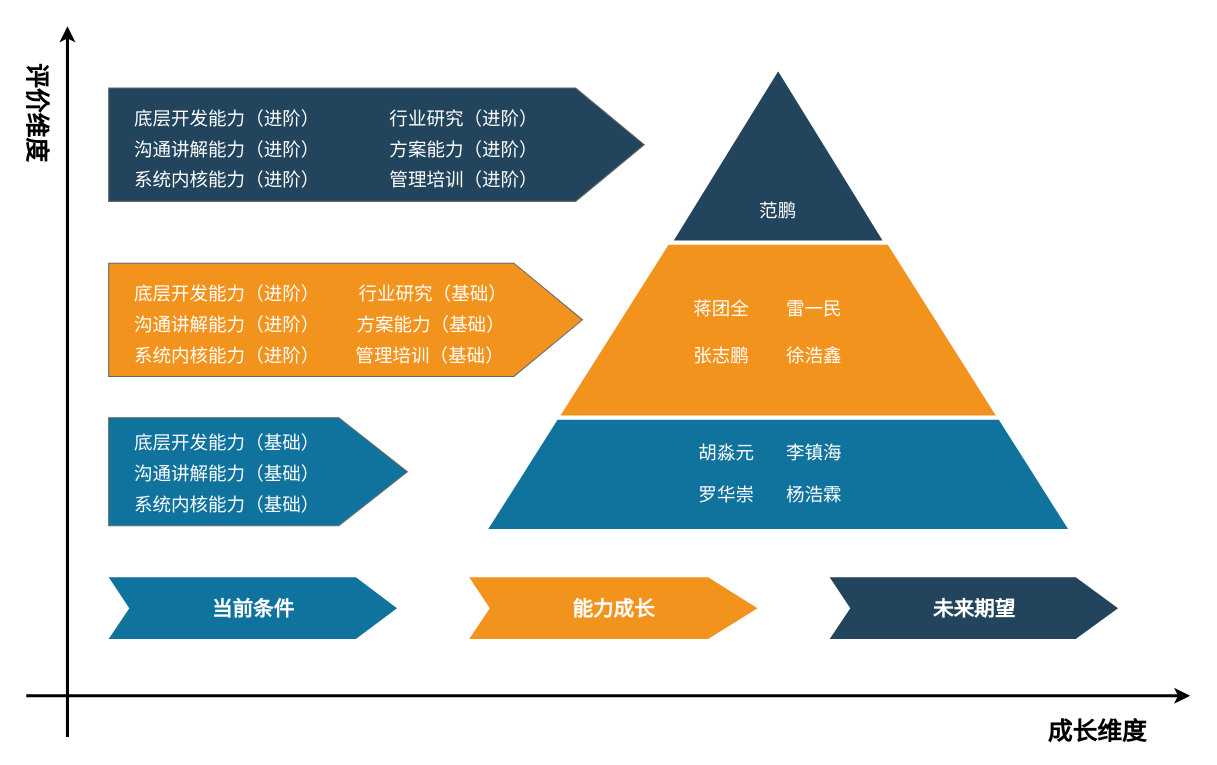
Above: page "第 8 页" (8 of 8) of draw/ppt.drawio in peng-fan/drawio (draw.io), before the change. Source tidied: cells renumbered, new cells numbered last; positions are measured from the earlier drawing's top-left corner, leaving out a move shared by most shapes. Both pictures are drawn from the tidied source at 103%, with x=0, y=0 at pixel (-15, 26).
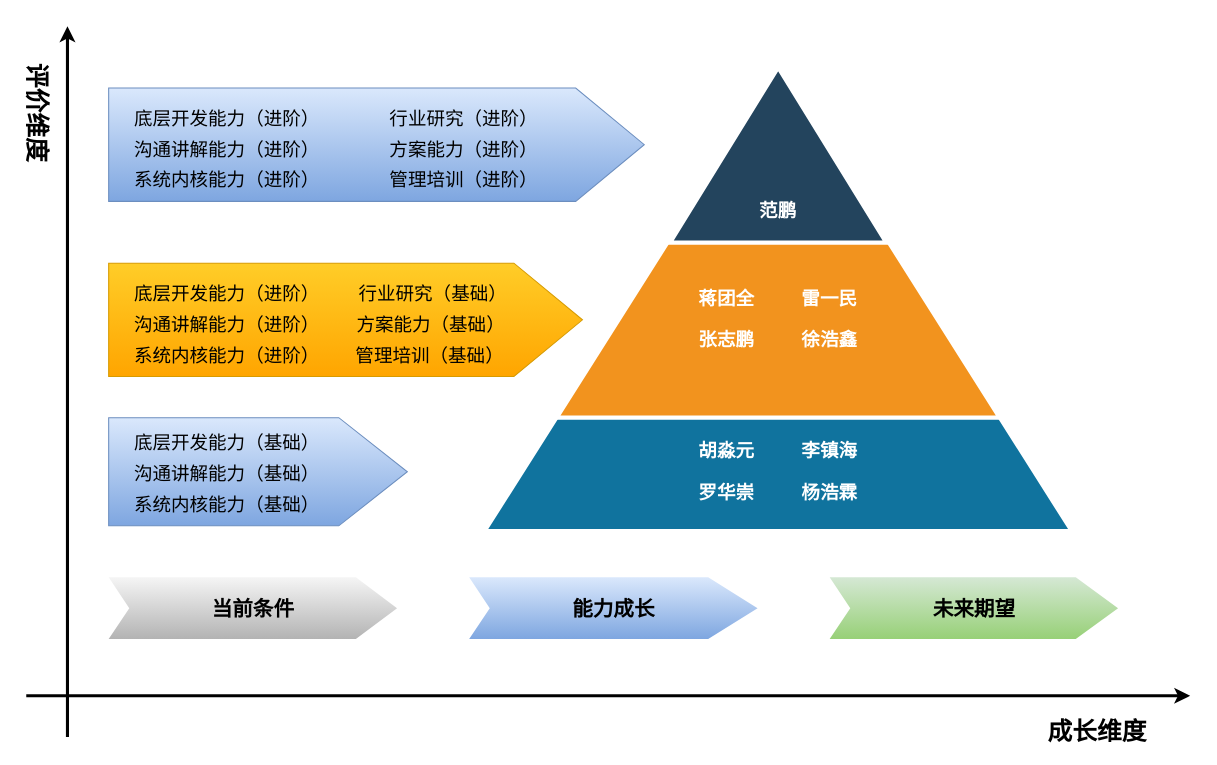
After the change.

What changed in the source:
```diff
@@
-    <mxCell id="5" style="html=1;shape=mxgraph.infographic.ribbonSimple;notch1=0;notch2=66.57;fillColor=#10739e;strokeColor=#666666;align=left;verticalAlign=middle;fontSize=18;spacingLeft=10;fontStyle=1;shadow=0;fontColor=#333333;" parent="1" vertex="1">
+    <mxCell id="5" style="html=1;shape=mxgraph.infographic.ribbonSimple;notch1=0;notch2=66.57;fillColor=#dae8fc;strokeColor=#6c8ebf;align=left;verticalAlign=middle;fontSize=18;spacingLeft=10;fontStyle=1;shadow=0;gradientColor=#7ea6e0;" parent="1" vertex="1">
       <mxGeometry x="120" y="380" width="290" height="105" as="geometry" />
     </mxCell>
-    <mxCell id="6" value="&lt;font style=&quot;font-size: 20px;&quot; color=&quot;#ffffff&quot;&gt;当前条件&lt;/font&gt;" style="html=1;shape=mxgraph.infographic.ribbonSimple;notch1=20;notch2=40;align=center;verticalAlign=middle;fontSize=14;fontStyle=1;fillColor=#10739e;strokeColor=none;" parent="1" vertex="1">
+    <mxCell id="6" value="&lt;font style=&quot;font-size: 20px;&quot;&gt;当前条件&lt;/font&gt;" style="html=1;shape=mxgraph.infographic.ribbonSimple;notch1=20;notch2=40;align=center;verticalAlign=middle;fontSize=14;fontStyle=1;fillColor=#f5f5f5;strokeColor=none;gradientColor=#b3b3b3;" parent="1" vertex="1">
       <mxGeometry x="120" y="535" width="280" height="60" as="geometry" />
     </mxCell>
-    <mxCell id="7" value="&lt;font style=&quot;font-size: 20px;&quot; color=&quot;#ffffff&quot;&gt;能力成长&lt;/font&gt;" style="html=1;shape=mxgraph.infographic.ribbonSimple;notch1=20;notch2=47.94;align=center;verticalAlign=middle;fontSize=14;fontStyle=1;fillColor=#f2931e;strokeColor=none;" parent="1" vertex="1">
+    <mxCell id="7" value="&lt;font style=&quot;font-size: 20px;&quot;&gt;能力成长&lt;/font&gt;" style="html=1;shape=mxgraph.infographic.ribbonSimple;notch1=20;notch2=47.94;align=center;verticalAlign=middle;fontSize=14;fontStyle=1;fillColor=#dae8fc;strokeColor=none;gradientColor=#7ea6e0;" parent="1" vertex="1">
       <mxGeometry x="470" y="535" width="280" height="60" as="geometry" />
     </mxCell>
-    <mxCell id="8" value="&lt;font style=&quot;font-size: 20px;&quot; color=&quot;#ffffff&quot;&gt;未来期望&lt;/font&gt;" style="html=1;shape=mxgraph.infographic.ribbonSimple;notch1=20;notch2=41.07;align=center;verticalAlign=middle;fontSize=14;fontStyle=1;fillColor=#23445d;strokeColor=none;" parent="1" vertex="1">
+    <mxCell id="8" value="&lt;font style=&quot;font-size: 20px;&quot;&gt;未来期望&lt;/font&gt;" style="html=1;shape=mxgraph.infographic.ribbonSimple;notch1=20;notch2=41.07;align=center;verticalAlign=middle;fontSize=14;fontStyle=1;fillColor=#d5e8d4;strokeColor=none;gradientColor=#97d077;" parent="1" vertex="1">
       <mxGeometry x="820" y="535" width="280" height="60" as="geometry" />
     </mxCell>
@@
-    <mxCell id="11" value="&lt;font color=&quot;#ffffff&quot; style=&quot;font-size: 18px;&quot;&gt;底层开发能力（基础）&lt;/font&gt;" style="text;html=1;strokeColor=none;fillColor=none;align=center;verticalAlign=middle;whiteSpace=wrap;rounded=0;" parent="1" vertex="1">
+    <mxCell id="11" value="&lt;font style=&quot;font-size: 18px;&quot;&gt;底层开发能力（基础）&lt;/font&gt;" style="text;html=1;strokeColor=none;fillColor=none;align=center;verticalAlign=middle;whiteSpace=wrap;rounded=0;" parent="1" vertex="1">
       <mxGeometry x="120" y="390" width="230" height="30" as="geometry" />
     </mxCell>
-    <mxCell id="12" value="&lt;font color=&quot;#ffffff&quot; style=&quot;font-size: 18px;&quot;&gt;沟通讲解能力（基础）&lt;/font&gt;" style="text;html=1;strokeColor=none;fillColor=none;align=center;verticalAlign=middle;whiteSpace=wrap;rounded=0;" parent="1" vertex="1">
+    <mxCell id="12" value="&lt;font style=&quot;font-size: 18px;&quot;&gt;沟通讲解能力（基础）&lt;/font&gt;" style="text;html=1;strokeColor=none;fillColor=none;align=center;verticalAlign=middle;whiteSpace=wrap;rounded=0;" parent="1" vertex="1">
       <mxGeometry x="120" y="420" width="230" height="30" as="geometry" />
     </mxCell>
-    <mxCell id="13" value="&lt;font color=&quot;#ffffff&quot; style=&quot;font-size: 18px;&quot;&gt;系统内核能力（基础）&lt;/font&gt;" style="text;html=1;strokeColor=none;fillColor=none;align=center;verticalAlign=middle;whiteSpace=wrap;rounded=0;" parent="1" vertex="1">
+    <mxCell id="13" value="&lt;font style=&quot;font-size: 18px;&quot;&gt;系统内核能力（基础）&lt;/font&gt;" style="text;html=1;strokeColor=none;fillColor=none;align=center;verticalAlign=middle;whiteSpace=wrap;rounded=0;" parent="1" vertex="1">
       <mxGeometry x="120" y="450" width="230" height="30" as="geometry" />
     </mxCell>
-    <mxCell id="14" style="html=1;shape=mxgraph.infographic.ribbonSimple;notch1=0;notch2=66.57;fillColor=#f2931e;strokeColor=#666666;align=left;verticalAlign=middle;fontSize=18;spacingLeft=10;fontStyle=1;shadow=0;fontColor=#333333;" parent="1" vertex="1">
+    <mxCell id="14" style="html=1;shape=mxgraph.infographic.ribbonSimple;notch1=0;notch2=66.57;fillColor=#ffcd28;strokeColor=#d79b00;align=left;verticalAlign=middle;fontSize=18;spacingLeft=10;fontStyle=1;shadow=0;gradientColor=#ffa500;" parent="1" vertex="1">
       <mxGeometry x="120" y="230" width="460" height="110" as="geometry" />
     </mxCell>
-    <mxCell id="15" value="&lt;font color=&quot;#ffffff&quot; style=&quot;font-size: 18px;&quot;&gt;底层开发能力（进阶）&lt;/font&gt;" style="text;html=1;strokeColor=none;fillColor=none;align=center;verticalAlign=middle;whiteSpace=wrap;rounded=0;" parent="1" vertex="1">
+    <mxCell id="15" value="&lt;font style=&quot;font-size: 18px;&quot;&gt;底层开发能力（进阶）&lt;/font&gt;" style="text;html=1;strokeColor=none;fillColor=none;align=center;verticalAlign=middle;whiteSpace=wrap;rounded=0;" parent="1" vertex="1">
       <mxGeometry x="120" y="245" width="230" height="30" as="geometry" />
     </mxCell>
-    <mxCell id="16" value="&lt;font color=&quot;#ffffff&quot; style=&quot;font-size: 18px;&quot;&gt;沟通讲解能力（进阶）&lt;/font&gt;" style="text;html=1;strokeColor=none;fillColor=none;align=center;verticalAlign=middle;whiteSpace=wrap;rounded=0;" parent="1" vertex="1">
+    <mxCell id="16" value="&lt;font style=&quot;font-size: 18px;&quot;&gt;沟通讲解能力（进阶）&lt;/font&gt;" style="text;html=1;strokeColor=none;fillColor=none;align=center;verticalAlign=middle;whiteSpace=wrap;rounded=0;" parent="1" vertex="1">
       <mxGeometry x="120" y="275" width="230" height="30" as="geometry" />
     </mxCell>
-    <mxCell id="17" value="&lt;font color=&quot;#ffffff&quot; style=&quot;font-size: 18px;&quot;&gt;系统内核能力（进阶）&lt;/font&gt;" style="text;html=1;strokeColor=none;fillColor=none;align=center;verticalAlign=middle;whiteSpace=wrap;rounded=0;" parent="1" vertex="1">
+    <mxCell id="17" value="&lt;font style=&quot;font-size: 18px;&quot;&gt;系统内核能力（进阶）&lt;/font&gt;" style="text;html=1;strokeColor=none;fillColor=none;align=center;verticalAlign=middle;whiteSpace=wrap;rounded=0;" parent="1" vertex="1">
       <mxGeometry x="120" y="305" width="230" height="30" as="geometry" />
     </mxCell>
-    <mxCell id="18" value="&lt;font color=&quot;#ffffff&quot; style=&quot;font-size: 18px;&quot;&gt;行业研究（基础）&lt;/font&gt;" style="text;html=1;strokeColor=none;fillColor=none;align=center;verticalAlign=middle;whiteSpace=wrap;rounded=0;" parent="1" vertex="1">
+    <mxCell id="18" value="&lt;font style=&quot;font-size: 18px;&quot;&gt;行业研究（基础）&lt;/font&gt;" style="text;html=1;strokeColor=none;fillColor=none;align=center;verticalAlign=middle;whiteSpace=wrap;rounded=0;" parent="1" vertex="1">
       <mxGeometry x="320" y="245" width="230" height="30" as="geometry" />
     </mxCell>
-    <mxCell id="19" value="&lt;font color=&quot;#ffffff&quot; style=&quot;font-size: 18px;&quot;&gt;方案能力（基础）&lt;/font&gt;" style="text;html=1;strokeColor=none;fillColor=none;align=center;verticalAlign=middle;whiteSpace=wrap;rounded=0;" parent="1" vertex="1">
+    <mxCell id="19" value="&lt;font style=&quot;font-size: 18px;&quot;&gt;方案能力（基础）&lt;/font&gt;" style="text;html=1;strokeColor=none;fillColor=none;align=center;verticalAlign=middle;whiteSpace=wrap;rounded=0;" parent="1" vertex="1">
       <mxGeometry x="318" y="275" width="230" height="30" as="geometry" />
     </mxCell>
-    <mxCell id="20" value="&lt;font color=&quot;#ffffff&quot; style=&quot;font-size: 18px;&quot;&gt;管理培训（基础）&lt;/font&gt;" style="text;html=1;strokeColor=none;fillColor=none;align=center;verticalAlign=middle;whiteSpace=wrap;rounded=0;" parent="1" vertex="1">
+    <mxCell id="20" value="&lt;font style=&quot;font-size: 18px;&quot;&gt;管理培训（基础）&lt;/font&gt;" style="text;html=1;strokeColor=none;fillColor=none;align=center;verticalAlign=middle;whiteSpace=wrap;rounded=0;" parent="1" vertex="1">
       <mxGeometry x="317" y="305" width="230" height="30" as="geometry" />
     </mxCell>
-    <mxCell id="21" style="html=1;shape=mxgraph.infographic.ribbonSimple;notch1=0;notch2=66.57;fillColor=#23445d;strokeColor=#666666;align=left;verticalAlign=middle;fontSize=18;spacingLeft=10;fontStyle=1;shadow=0;fontColor=#333333;" parent="1" vertex="1">
+    <mxCell id="21" style="html=1;shape=mxgraph.infographic.ribbonSimple;notch1=0;notch2=66.57;fillColor=#dae8fc;strokeColor=#6c8ebf;align=left;verticalAlign=middle;fontSize=18;spacingLeft=10;fontStyle=1;shadow=0;gradientColor=#7ea6e0;" parent="1" vertex="1">
       <mxGeometry x="120" y="60" width="520" height="110" as="geometry" />
     </mxCell>
-    <mxCell id="22" value="&lt;font color=&quot;#ffffff&quot; style=&quot;font-size: 18px;&quot;&gt;底层开发能力（进阶）&lt;/font&gt;" style="text;html=1;strokeColor=none;fillColor=none;align=center;verticalAlign=middle;whiteSpace=wrap;rounded=0;" parent="1" vertex="1">
+    <mxCell id="22" value="&lt;font style=&quot;font-size: 18px;&quot;&gt;底层开发能力（进阶）&lt;/font&gt;" style="text;html=1;strokeColor=none;fillColor=none;align=center;verticalAlign=middle;whiteSpace=wrap;rounded=0;" parent="1" vertex="1">
       <mxGeometry x="120" y="75" width="230" height="30" as="geometry" />
     </mxCell>
-    <mxCell id="23" value="&lt;font color=&quot;#ffffff&quot; style=&quot;font-size: 18px;&quot;&gt;沟通讲解能力（进阶）&lt;/font&gt;" style="text;html=1;strokeColor=none;fillColor=none;align=center;verticalAlign=middle;whiteSpace=wrap;rounded=0;" parent="1" vertex="1">
+    <mxCell id="23" value="&lt;font style=&quot;font-size: 18px;&quot;&gt;沟通讲解能力（进阶）&lt;/font&gt;" style="text;html=1;strokeColor=none;fillColor=none;align=center;verticalAlign=middle;whiteSpace=wrap;rounded=0;" parent="1" vertex="1">
       <mxGeometry x="120" y="105" width="230" height="30" as="geometry" />
     </mxCell>
-    <mxCell id="24" value="&lt;font color=&quot;#ffffff&quot; style=&quot;font-size: 18px;&quot;&gt;系统内核能力（进阶）&lt;/font&gt;" style="text;html=1;strokeColor=none;fillColor=none;align=center;verticalAlign=middle;whiteSpace=wrap;rounded=0;" parent="1" vertex="1">
+    <mxCell id="24" value="&lt;font style=&quot;font-size: 18px;&quot;&gt;系统内核能力（进阶）&lt;/font&gt;" style="text;html=1;strokeColor=none;fillColor=none;align=center;verticalAlign=middle;whiteSpace=wrap;rounded=0;" parent="1" vertex="1">
       <mxGeometry x="120" y="135" width="230" height="30" as="geometry" />
     </mxCell>
-    <mxCell id="25" value="&lt;font color=&quot;#ffffff&quot; style=&quot;font-size: 18px;&quot;&gt;行业研究（进阶）&lt;/font&gt;" style="text;html=1;strokeColor=none;fillColor=none;align=center;verticalAlign=middle;whiteSpace=wrap;rounded=0;" parent="1" vertex="1">
+    <mxCell id="25" value="&lt;font style=&quot;font-size: 18px;&quot;&gt;行业研究（进阶）&lt;/font&gt;" style="text;html=1;strokeColor=none;fillColor=none;align=center;verticalAlign=middle;whiteSpace=wrap;rounded=0;" parent="1" vertex="1">
       <mxGeometry x="350" y="75" width="230" height="30" as="geometry" />
     </mxCell>
-    <mxCell id="26" value="&lt;font color=&quot;#ffffff&quot; style=&quot;font-size: 18px;&quot;&gt;方案能力（进阶）&lt;/font&gt;" style="text;html=1;strokeColor=none;fillColor=none;align=center;verticalAlign=middle;whiteSpace=wrap;rounded=0;" parent="1" vertex="1">
+    <mxCell id="26" value="&lt;font style=&quot;font-size: 18px;&quot;&gt;方案能力（进阶）&lt;/font&gt;" style="text;html=1;strokeColor=none;fillColor=none;align=center;verticalAlign=middle;whiteSpace=wrap;rounded=0;" parent="1" vertex="1">
       <mxGeometry x="350" y="105" width="230" height="30" as="geometry" />
     </mxCell>
-    <mxCell id="27" value="&lt;font color=&quot;#ffffff&quot; style=&quot;font-size: 18px;&quot;&gt;管理培训（进阶）&lt;/font&gt;" style="text;html=1;strokeColor=none;fillColor=none;align=center;verticalAlign=middle;whiteSpace=wrap;rounded=0;" parent="1" vertex="1">
+    <mxCell id="27" value="&lt;font style=&quot;font-size: 18px;&quot;&gt;管理培训（进阶）&lt;/font&gt;" style="text;html=1;strokeColor=none;fillColor=none;align=center;verticalAlign=middle;whiteSpace=wrap;rounded=0;" parent="1" vertex="1">
       <mxGeometry x="350" y="135" width="230" height="30" as="geometry" />
     </mxCell>
@@
-    <mxCell id="30" value="&lt;font color=&quot;#ffffff&quot; style=&quot;font-size: 18px;&quot;&gt;范鹏&lt;/font&gt;" style="text;html=1;strokeColor=none;fillColor=none;align=center;verticalAlign=middle;whiteSpace=wrap;rounded=0;" parent="1" vertex="1">
+    <mxCell id="30" value="&lt;font color=&quot;#ffffff&quot; style=&quot;font-size: 18px;&quot;&gt;&lt;b&gt;范鹏&lt;/b&gt;&lt;/font&gt;" style="text;html=1;strokeColor=none;fillColor=none;align=center;verticalAlign=middle;whiteSpace=wrap;rounded=0;" parent="1" vertex="1">
       <mxGeometry x="735" y="165" width="70" height="30" as="geometry" />
     </mxCell>
-    <mxCell id="31" value="&lt;font color=&quot;#ffffff&quot; style=&quot;font-size: 18px;&quot;&gt;蒋团全&lt;/font&gt;" style="text;html=1;strokeColor=none;fillColor=none;align=center;verticalAlign=middle;whiteSpace=wrap;rounded=0;" parent="1" vertex="1">
-      <mxGeometry x="680" y="260" width="70" height="30" as="geometry" />
+    <mxCell id="31" value="&lt;font color=&quot;#ffffff&quot; style=&quot;font-size: 18px;&quot;&gt;&lt;b&gt;蒋团全&lt;/b&gt;&lt;/font&gt;" style="text;html=1;strokeColor=none;fillColor=none;align=center;verticalAlign=middle;whiteSpace=wrap;rounded=0;" parent="1" vertex="1">
+      <mxGeometry x="685" y="250" width="70" height="30" as="geometry" />
     </mxCell>
-    <mxCell id="32" value="&lt;font color=&quot;#ffffff&quot; style=&quot;font-size: 18px;&quot;&gt;雷一民&lt;/font&gt;" style="text;html=1;strokeColor=none;fillColor=none;align=center;verticalAlign=middle;whiteSpace=wrap;rounded=0;" parent="1" vertex="1">
-      <mxGeometry x="770" y="260" width="70" height="30" as="geometry" />
+    <mxCell id="32" value="&lt;font color=&quot;#ffffff&quot; style=&quot;font-size: 18px;&quot;&gt;&lt;b&gt;雷一民&lt;/b&gt;&lt;/font&gt;" style="text;html=1;strokeColor=none;fillColor=none;align=center;verticalAlign=middle;whiteSpace=wrap;rounded=0;" parent="1" vertex="1">
+      <mxGeometry x="785" y="250" width="70" height="30" as="geometry" />
     </mxCell>
-    <mxCell id="33" value="&lt;font color=&quot;#ffffff&quot; style=&quot;font-size: 18px;&quot;&gt;张志鹏&lt;/font&gt;" style="text;html=1;strokeColor=none;fillColor=none;align=center;verticalAlign=middle;whiteSpace=wrap;rounded=0;" parent="1" vertex="1">
-      <mxGeometry x="680" y="305" width="70" height="30" as="geometry" />
+    <mxCell id="33" value="&lt;font color=&quot;#ffffff&quot; style=&quot;font-size: 18px;&quot;&gt;&lt;b&gt;张志鹏&lt;/b&gt;&lt;/font&gt;" style="text;html=1;strokeColor=none;fillColor=none;align=center;verticalAlign=middle;whiteSpace=wrap;rounded=0;" parent="1" vertex="1">
+      <mxGeometry x="685" y="290" width="70" height="30" as="geometry" />
     </mxCell>
-    <mxCell id="34" value="&lt;font color=&quot;#ffffff&quot; style=&quot;font-size: 18px;&quot;&gt;徐浩鑫&lt;/font&gt;" style="text;html=1;strokeColor=none;fillColor=none;align=center;verticalAlign=middle;whiteSpace=wrap;rounded=0;" parent="1" vertex="1">
-      <mxGeometry x="770" y="305" width="70" height="30" as="geometry" />
+    <mxCell id="34" value="&lt;font color=&quot;#ffffff&quot; style=&quot;font-size: 18px;&quot;&gt;&lt;b&gt;徐浩鑫&lt;/b&gt;&lt;/font&gt;" style="text;html=1;strokeColor=none;fillColor=none;align=center;verticalAlign=middle;whiteSpace=wrap;rounded=0;" parent="1" vertex="1">
+      <mxGeometry x="785" y="290" width="70" height="30" as="geometry" />
     </mxCell>
-    <mxCell id="35" value="&lt;font color=&quot;#ffffff&quot; style=&quot;font-size: 18px;&quot;&gt;胡淼元&lt;/font&gt;" style="text;html=1;strokeColor=none;fillColor=none;align=center;verticalAlign=middle;whiteSpace=wrap;rounded=0;" parent="1" vertex="1">
-      <mxGeometry x="685" y="400" width="70" height="30" as="geometry" />
+    <mxCell id="35" value="&lt;font color=&quot;#ffffff&quot; style=&quot;font-size: 18px;&quot;&gt;&lt;b&gt;胡淼元&lt;/b&gt;&lt;/font&gt;" style="text;html=1;strokeColor=none;fillColor=none;align=center;verticalAlign=middle;whiteSpace=wrap;rounded=0;" parent="1" vertex="1">
+      <mxGeometry x="685" y="397.5" width="70" height="30" as="geometry" />
     </mxCell>
-    <mxCell id="36" value="&lt;font color=&quot;#ffffff&quot; style=&quot;font-size: 18px;&quot;&gt;李镇海&lt;/font&gt;" style="text;html=1;strokeColor=none;fillColor=none;align=center;verticalAlign=middle;whiteSpace=wrap;rounded=0;" parent="1" vertex="1">
-      <mxGeometry x="770" y="400" width="70" height="30" as="geometry" />
+    <mxCell id="36" value="&lt;font color=&quot;#ffffff&quot; style=&quot;font-size: 18px;&quot;&gt;&lt;b&gt;李镇海&lt;/b&gt;&lt;/font&gt;" style="text;html=1;strokeColor=none;fillColor=none;align=center;verticalAlign=middle;whiteSpace=wrap;rounded=0;" parent="1" vertex="1">
+      <mxGeometry x="785" y="397.5" width="70" height="30" as="geometry" />
     </mxCell>
-    <mxCell id="37" value="&lt;font color=&quot;#ffffff&quot; style=&quot;font-size: 18px;&quot;&gt;罗华崇&lt;/font&gt;" style="text;html=1;strokeColor=none;fillColor=none;align=center;verticalAlign=middle;whiteSpace=wrap;rounded=0;" parent="1" vertex="1">
-      <mxGeometry x="685" y="440" width="70" height="30" as="geometry" />
+    <mxCell id="37" value="&lt;font color=&quot;#ffffff&quot; style=&quot;font-size: 18px;&quot;&gt;&lt;b&gt;罗华崇&lt;/b&gt;&lt;/font&gt;" style="text;html=1;strokeColor=none;fillColor=none;align=center;verticalAlign=middle;whiteSpace=wrap;rounded=0;" parent="1" vertex="1">
+      <mxGeometry x="685" y="437.5" width="70" height="30" as="geometry" />
     </mxCell>
-    <mxCell id="38" value="&lt;font color=&quot;#ffffff&quot; style=&quot;font-size: 18px;&quot;&gt;杨浩霖&lt;/font&gt;" style="text;html=1;strokeColor=none;fillColor=none;align=center;verticalAlign=middle;whiteSpace=wrap;rounded=0;" parent="1" vertex="1">
-      <mxGeometry x="770" y="440" width="70" height="30" as="geometry" />
+    <mxCell id="38" value="&lt;font color=&quot;#ffffff&quot; style=&quot;font-size: 18px;&quot;&gt;&lt;b&gt;杨浩霖&lt;/b&gt;&lt;/font&gt;" style="text;html=1;strokeColor=none;fillColor=none;align=center;verticalAlign=middle;whiteSpace=wrap;rounded=0;" parent="1" vertex="1">
+      <mxGeometry x="785" y="437.5" width="70" height="30" as="geometry" />
     </mxCell>
```
